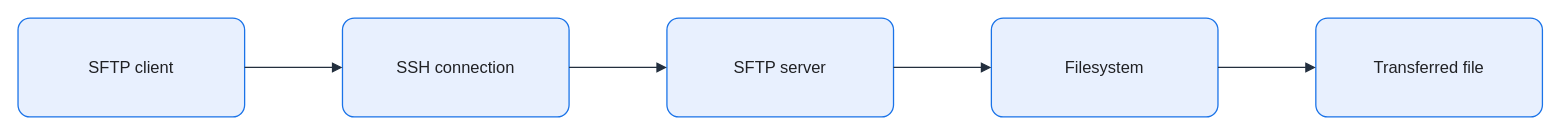
Earlier version of the draw.io diagram assets/img/linux/sftp-file-transfer-flow.drawio (KKamJi98/kkamji98.github.io). Source tidied: cells renumbered, new cells numbered last; positions are measured from the earlier drawing's top-left corner, leaving out a move shared by most shapes. Both pictures are drawn from the tidied source at 103%, with x=0, y=0 at pixel (18, 18).
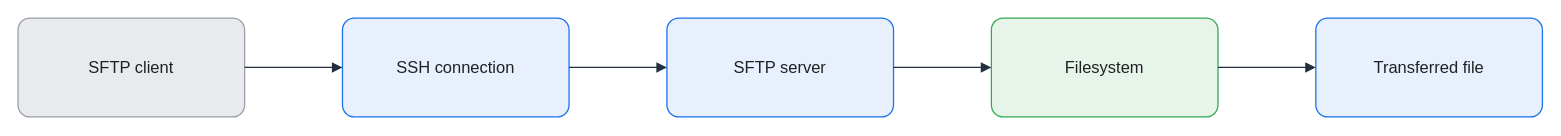
The same diagram, later.

The edit, as a diff of the source:
```diff
@@
 <mxGraphModel background="#FFFFFF">
   <root>
     <mxCell id="0" />
     <mxCell id="1" parent="0" />
-    <mxCell id="2" value="SFTP client" style="rounded=1;arcSize=12;whiteSpace=wrap;html=0;fillColor=#E8F0FE;strokeColor=#1A73E8;strokeWidth=1.25;fontColor=#202124;fontSize=16;align=center;verticalAlign=middle;spacing=8;shadow=0;" parent="1" vertex="1">
+    <mxCell id="2" value="SFTP client" style="rounded=1;arcSize=12;whiteSpace=wrap;html=0;fillColor=#E8EAED;strokeColor=#9AA0A6;strokeWidth=1.25;fontColor=#202124;fontSize=16;align=center;verticalAlign=middle;spacing=8;shadow=0;" parent="1" vertex="1">
       <mxGeometry width="220" height="96" as="geometry" />
     </mxCell>
     <mxCell id="3" value="SSH connection" style="rounded=1;arcSize=12;whiteSpace=wrap;html=0;fillColor=#E8F0FE;strokeColor=#1A73E8;strokeWidth=1.25;fontColor=#202124;fontSize=16;align=center;verticalAlign=middle;spacing=8;shadow=0;" parent="1" vertex="1">
       <mxGeometry x="315" width="220" height="96" as="geometry" />
     </mxCell>
     <mxCell id="4" value="SFTP server" style="rounded=1;arcSize=12;whiteSpace=wrap;html=0;fillColor=#E8F0FE;strokeColor=#1A73E8;strokeWidth=1.25;fontColor=#202124;fontSize=16;align=center;verticalAlign=middle;spacing=8;shadow=0;" parent="1" vertex="1">
       <mxGeometry x="630" width="220" height="96" as="geometry" />
     </mxCell>
-    <mxCell id="5" value="Filesystem" style="rounded=1;arcSize=12;whiteSpace=wrap;html=0;fillColor=#E8F0FE;strokeColor=#1A73E8;strokeWidth=1.25;fontColor=#202124;fontSize=16;align=center;verticalAlign=middle;spacing=8;shadow=0;" parent="1" vertex="1">
+    <mxCell id="5" value="Filesystem" style="rounded=1;arcSize=12;whiteSpace=wrap;html=0;fillColor=#E6F4EA;strokeColor=#34A853;strokeWidth=1.25;fontColor=#202124;fontSize=16;align=center;verticalAlign=middle;spacing=8;shadow=0;" parent="1" vertex="1">
       <mxGeometry x="945" width="220" height="96" as="geometry" />
     </mxCell>
     <mxCell id="6" value="Transferred file" style="rounded=1;arcSize=12;whiteSpace=wrap;html=0;fillColor=#E8F0FE;strokeColor=#1A73E8;strokeWidth=1.25;fontColor=#202124;fontSize=16;align=center;verticalAlign=middle;spacing=8;shadow=0;" parent="1" vertex="1">
       <mxGeometry x="1260" width="220" height="96" as="geometry" />
     </mxCell>
     <mxCell id="7" style="edgeStyle=orthogonalEdgeStyle;rounded=0;jettySize=auto;html=0;endArrow=block;endFill=1;strokeColor=#232F3E;strokeWidth=1.25;fontColor=#202124;labelBackgroundColor=none;exitX=1;exitY=0.5;exitDx=0;exitDy=0;entryX=0;entryY=0.5;entryDx=0;entryDy=0;endSize=7;" parent="1" edge="1" source="2" target="3">
       <mxGeometry relative="1" as="geometry" />
     </mxCell>
     <mxCell id="8" style="edgeStyle=orthogonalEdgeStyle;rounded=0;jettySize=auto;html=0;endArrow=block;endFill=1;strokeColor=#232F3E;strokeWidth=1.25;fontColor=#202124;labelBackgroundColor=none;exitX=1;exitY=0.5;exitDx=0;exitDy=0;entryX=0;entryY=0.5;entryDx=0;entryDy=0;endSize=7;" parent="1" edge="1" source="3" target="4">
       <mxGeometry relative="1" as="geometry" />
     </mxCell>
     <mxCell id="9" style="edgeStyle=orthogonalEdgeStyle;rounded=0;jettySize=auto;html=0;endArrow=block;endFill=1;strokeColor=#232F3E;strokeWidth=1.25;fontColor=#202124;labelBackgroundColor=none;exitX=1;exitY=0.5;exitDx=0;exitDy=0;entryX=0;entryY=0.5;entryDx=0;entryDy=0;endSize=7;" parent="1" edge="1" source="4" target="5">
       <mxGeometry relative="1" as="geometry" />
     </mxCell>
     <mxCell id="10" style="edgeStyle=orthogonalEdgeStyle;rounded=0;jettySize=auto;html=0;endArrow=block;endFill=1;strokeColor=#232F3E;strokeWidth=1.25;fontColor=#202124;labelBackgroundColor=none;exitX=1;exitY=0.5;exitDx=0;exitDy=0;entryX=0;entryY=0.5;entryDx=0;entryDy=0;endSize=7;" parent="1" edge="1" source="5" target="6">
       <mxGeometry relative="1" as="geometry" />
     </mxCell>
   </root>
 </mxGraphModel>
```
